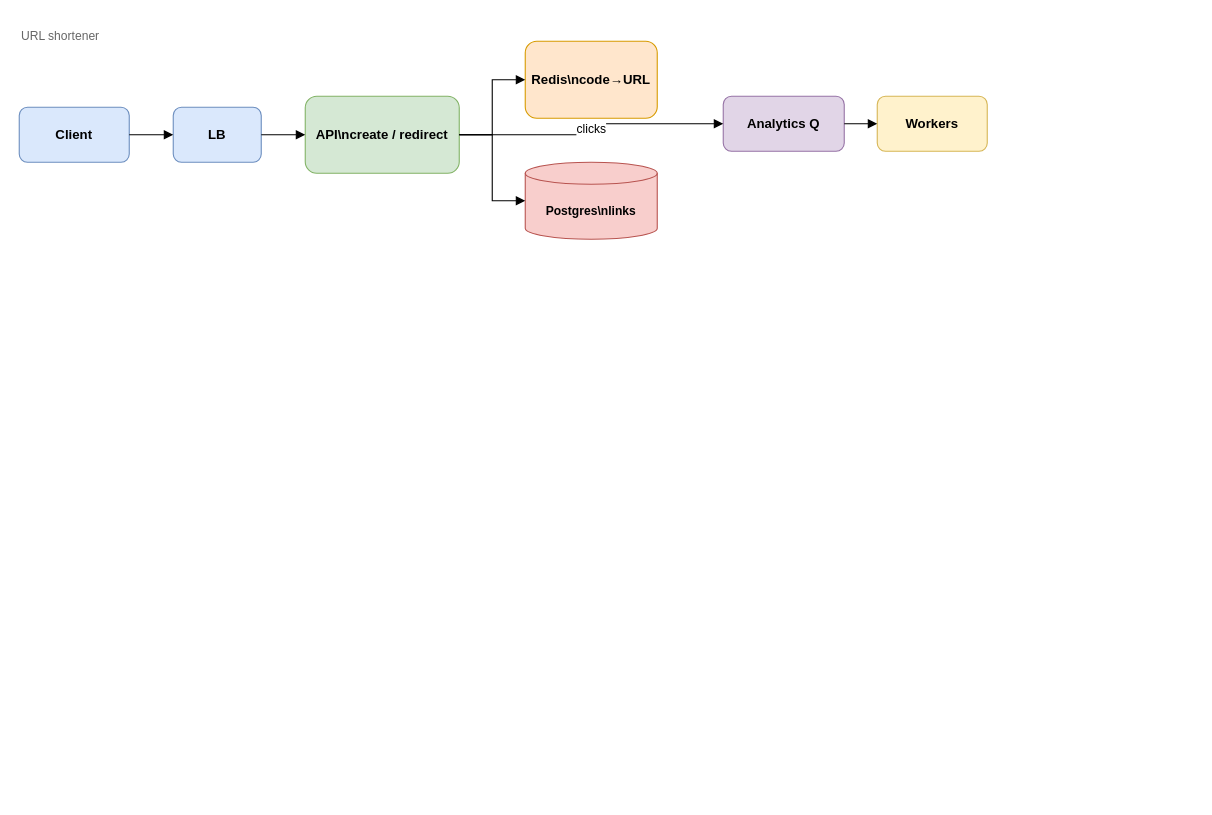
Earlier version of the draw.io diagram diagrams/url-shortener.drawio (yazeedsawalha/system-design). Source tidied: cells renumbered, new cells numbered last; positions are measured from the earlier drawing's top-left corner, leaving out a move shared by most shapes. Both pictures are drawn from the tidied source at 110%, with x=0, y=0 at pixel (19, 19).
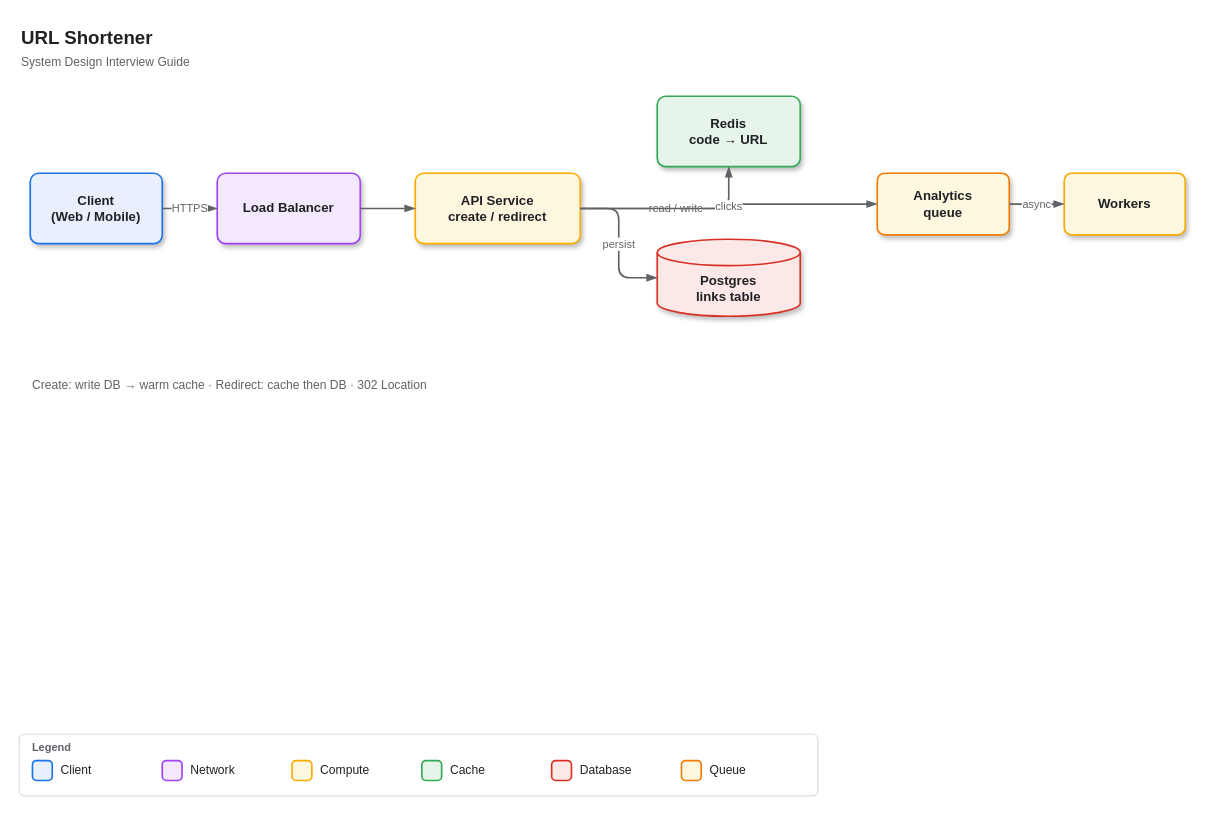
Above is the later version.

What changed in the source:
```diff
@@
-<mxGraphModel>
+<mxGraphModel background="#ffffff">
@@
-    <mxCell id="2" value="URL shortener" style="text;html=1;strokeColor=none;fillColor=none;align=left;verticalAlign=middle;whiteSpace=wrap;rounded=0;fontSize=11;fontColor=#666666;" parent="1" vertex="1">
-      <mxGeometry width="200" height="30" as="geometry" />
-    </mxCell>
+    <mxCell id="16" value="URL Shortener" style="text;html=1;strokeColor=none;fillColor=none;align=left;verticalAlign=middle;whiteSpace=wrap;rounded=0;fontSize=17;fontStyle=1;fontFamily=Helvetica;fontColor=#202124;" parent="1" vertex="1">
+      <mxGeometry y="4" width="700" height="28" as="geometry" />
+    </mxCell>
+    <mxCell id="17" value="System Design Interview Guide" style="text;html=1;strokeColor=none;fillColor=none;align=left;verticalAlign=middle;whiteSpace=wrap;rounded=0;fontSize=11;fontFamily=Helvetica;fontColor=#5F6368;" parent="1" vertex="1">
+      <mxGeometry y="30" width="280" height="18" as="geometry" />
+    </mxCell>
+    <mxCell id="18" value="Client&#10;(Web / Mobile)" style="rounded=1;whiteSpace=wrap;html=1;arcSize=12;fillColor=#E8F0FE;strokeColor=#1A73E8;strokeWidth=1.5;fontStyle=1;fontSize=12;fontFamily=Helvetica;fontColor=#202124;shadow=1;" parent="1" vertex="1">
+      <mxGeometry x="10" y="140" width="120" height="64" as="geometry" />
+    </mxCell>
+    <mxCell id="19" value="Load Balancer" style="rounded=1;whiteSpace=wrap;html=1;arcSize=12;fillColor=#F3E8FD;strokeColor=#A142F4;strokeWidth=1.5;fontStyle=1;fontSize=12;fontFamily=Helvetica;fontColor=#202124;shadow=1;" parent="1" vertex="1">
+      <mxGeometry x="180" y="140" width="130" height="64" as="geometry" />
+    </mxCell>
+    <mxCell id="20" value="API Service&#10;create / redirect" style="rounded=1;whiteSpace=wrap;html=1;arcSize=12;fillColor=#FEF7E0;strokeColor=#F9AB00;strokeWidth=1.5;fontStyle=1;fontSize=12;fontFamily=Helvetica;fontColor=#202124;shadow=1;" parent="1" vertex="1">
+      <mxGeometry x="360" y="140" width="150" height="64" as="geometry" />
+    </mxCell>
+    <mxCell id="21" value="Redis&#10;code → URL" style="rounded=1;whiteSpace=wrap;html=1;arcSize=12;fillColor=#E6F4EA;strokeColor=#34A853;strokeWidth=1.5;fontStyle=1;fontSize=12;fontFamily=Helvetica;fontColor=#202124;shadow=1;" parent="1" vertex="1">
+      <mxGeometry x="580" y="70" width="130" height="64" as="geometry" />
+    </mxCell>
+    <mxCell id="22" value="Postgres&#10;links table" style="shape=cylinder3;whiteSpace=wrap;html=1;boundedLbl=1;backgroundOutline=1;size=12;fillColor=#FCE8E6;strokeColor=#D93025;strokeWidth=1.5;fontStyle=1;fontSize=12;fontFamily=Helvetica;fontColor=#202124;shadow=1;" parent="1" vertex="1">
+      <mxGeometry x="580" y="200" width="130" height="70" as="geometry" />
+    </mxCell>
+    <mxCell id="23" value="Analytics&#10;queue" style="rounded=1;whiteSpace=wrap;html=1;arcSize=12;fillColor=#FFF8E1;strokeColor=#F57C00;strokeWidth=1.5;fontStyle=1;fontSize=12;fontFamily=Helvetica;fontColor=#202124;shadow=1;" parent="1" vertex="1">
+      <mxGeometry x="780" y="140" width="120" height="56" as="geometry" />
+    </mxCell>
+    <mxCell id="9" value="Workers" style="rounded=1;whiteSpace=wrap;html=1;arcSize=12;fillColor=#FEF7E0;strokeColor=#F9AB00;strokeWidth=1.5;fontStyle=1;fontSize=12;fontFamily=Helvetica;fontColor=#202124;shadow=1;" parent="1" vertex="1">
+      <mxGeometry x="950" y="140" width="110" height="56" as="geometry" />
+    </mxCell>
+    <mxCell id="24" value="HTTPS" style="edgeStyle=orthogonalEdgeStyle;rounded=1;jettySize=auto;html=1;endArrow=blockThin;endFill=1;strokeWidth=1.5;strokeColor=#5F6368;fontFamily=Helvetica;fontSize=10;fontColor=#5F6368;" parent="1" edge="1" source="18" target="19">
+      <mxGeometry relative="1" as="geometry" />
+    </mxCell>
+    <mxCell id="25" style="edgeStyle=orthogonalEdgeStyle;rounded=1;jettySize=auto;html=1;endArrow=blockThin;endFill=1;strokeWidth=1.5;strokeColor=#5F6368;fontFamily=Helvetica;fontSize=10;fontColor=#5F6368;" parent="1" edge="1" source="19" target="20">
+      <mxGeometry relative="1" as="geometry" />
+    </mxCell>
+    <mxCell id="26" value="read / write" style="edgeStyle=orthogonalEdgeStyle;rounded=1;jettySize=auto;html=1;endArrow=blockThin;endFill=1;strokeWidth=1.5;strokeColor=#5F6368;fontFamily=Helvetica;fontSize=10;fontColor=#5F6368;" parent="1" edge="1" source="20" target="21">
+      <mxGeometry relative="1" as="geometry" />
+    </mxCell>
+    <mxCell id="27" value="persist" style="edgeStyle=orthogonalEdgeStyle;rounded=1;jettySize=auto;html=1;endArrow=blockThin;endFill=1;strokeWidth=1.5;strokeColor=#5F6368;fontFamily=Helvetica;fontSize=10;fontColor=#5F6368;" parent="1" edge="1" source="20" target="22">
+      <mxGeometry relative="1" as="geometry" />
+    </mxCell>
+    <mxCell id="14" value="clicks" style="edgeStyle=orthogonalEdgeStyle;rounded=1;jettySize=auto;html=1;endArrow=blockThin;endFill=1;strokeWidth=1.5;strokeColor=#5F6368;fontFamily=Helvetica;fontSize=10;fontColor=#5F6368;" parent="1" edge="1" source="20" target="23">
+      <mxGeometry relative="1" as="geometry" />
+    </mxCell>
+    <mxCell id="28" value="async" style="edgeStyle=orthogonalEdgeStyle;rounded=1;jettySize=auto;html=1;endArrow=blockThin;endFill=1;strokeWidth=1.5;strokeColor=#5F6368;fontFamily=Helvetica;fontSize=10;fontColor=#5F6368;" parent="1" edge="1" source="23" target="9">
+      <mxGeometry relative="1" as="geometry" />
+    </mxCell>
+    <mxCell id="29" value="Create: write DB → warm cache · Redirect: cache then DB · 302 Location" style="text;html=1;strokeColor=none;fillColor=none;align=left;verticalAlign=top;whiteSpace=wrap;rounded=0;fontSize=11;fontFamily=Helvetica;fontColor=#5F6368;" parent="1" vertex="1">
+      <mxGeometry x="10" y="320" width="520" height="40" as="geometry" />
+    </mxCell>
+    <mxCell id="30" style="rounded=1;whiteSpace=wrap;html=1;arcSize=8;fillColor=#FFFFFF;strokeColor=#DADCE0;strokeWidth=1;shadow=0;" parent="1" vertex="1">
+      <mxGeometry y="650" width="726" height="56" as="geometry" />
+    </mxCell>
+    <mxCell id="31" value="Legend" style="text;html=1;strokeColor=none;fillColor=none;align=left;verticalAlign=middle;fontSize=10;fontStyle=1;fontFamily=Helvetica;fontColor=#5F6368;" parent="1" vertex="1">
+      <mxGeometry x="10" y="654" width="60" height="16" as="geometry" />
+    </mxCell>
+    <mxCell id="32" style="rounded=1;whiteSpace=wrap;html=1;arcSize=20;fillColor=#E8F0FE;strokeColor=#1A73E8;strokeWidth=1.5;" parent="1" vertex="1">
+      <mxGeometry x="12" y="674" width="18" height="18" as="geometry" />
+    </mxCell>
-    <mxCell id="3" value="Client" style="rounded=1;whiteSpace=wrap;html=1;fillColor=#dae8fc;strokeColor=#6c8ebf;fontStyle=1;fontSize=12;" parent="1" vertex="1">
-      <mxGeometry y="80" width="100" height="50" as="geometry" />
+    <mxCell id="3" value="Client" style="text;html=1;strokeColor=none;fillColor=none;align=left;verticalAlign=middle;fontSize=11;fontFamily=Helvetica;fontColor=#202124;" parent="1" vertex="1">
+      <mxGeometry x="36" y="672" width="90" height="22" as="geometry" />
     </mxCell>
-    <mxCell id="4" value="LB" style="rounded=1;whiteSpace=wrap;html=1;fillColor=#dae8fc;strokeColor=#6c8ebf;fontStyle=1;fontSize=12;" parent="1" vertex="1">
-      <mxGeometry x="140" y="80" width="80" height="50" as="geometry" />
-    </mxCell>
-    <mxCell id="5" value="API\ncreate / redirect" style="rounded=1;whiteSpace=wrap;html=1;fillColor=#d5e8d4;strokeColor=#82b366;fontStyle=1;fontSize=12;" parent="1" vertex="1">
-      <mxGeometry x="260" y="70" width="140" height="70" as="geometry" />
-    </mxCell>
-    <mxCell id="6" value="Redis\ncode→URL" style="rounded=1;whiteSpace=wrap;html=1;fillColor=#ffe6cc;strokeColor=#d79b00;fontStyle=1;fontSize=12;" parent="1" vertex="1">
-      <mxGeometry x="460" y="20" width="120" height="70" as="geometry" />
-    </mxCell>
-    <mxCell id="7" value="Postgres\nlinks" style="shape=cylinder3;whiteSpace=wrap;html=1;boundedLbl=1;backgroundOutline=1;size=10;fillColor=#f8cecc;strokeColor=#b85450;fontStyle=1;fontSize=11;" parent="1" vertex="1">
-      <mxGeometry x="460" y="130" width="120" height="70" as="geometry" />
-    </mxCell>
-    <mxCell id="8" value="Analytics Q" style="rounded=1;whiteSpace=wrap;html=1;fillColor=#e1d5e7;strokeColor=#9673a6;fontStyle=1;fontSize=12;" parent="1" vertex="1">
-      <mxGeometry x="640" y="70" width="110" height="50" as="geometry" />
-    </mxCell>
-    <mxCell id="9" value="Workers" style="rounded=1;whiteSpace=wrap;html=1;fillColor=#fff2cc;strokeColor=#d6b656;fontStyle=1;fontSize=12;" parent="1" vertex="1">
-      <mxGeometry x="780" y="70" width="100" height="50" as="geometry" />
-    </mxCell>
-    <mxCell id="10" style="edgeStyle=orthogonalEdgeStyle;rounded=0;jettySize=auto;html=1;endArrow=block;endFill=1;" parent="1" edge="1" source="3" target="4">
-      <mxGeometry relative="1" as="geometry" />
-    </mxCell>
-    <mxCell id="11" style="edgeStyle=orthogonalEdgeStyle;rounded=0;jettySize=auto;html=1;endArrow=block;endFill=1;" parent="1" edge="1" source="4" target="5">
-      <mxGeometry relative="1" as="geometry" />
-    </mxCell>
-    <mxCell id="12" style="edgeStyle=orthogonalEdgeStyle;rounded=0;jettySize=auto;html=1;endArrow=block;endFill=1;" parent="1" edge="1" source="5" target="6">
-      <mxGeometry relative="1" as="geometry" />
-    </mxCell>
-    <mxCell id="13" style="edgeStyle=orthogonalEdgeStyle;rounded=0;jettySize=auto;html=1;endArrow=block;endFill=1;" parent="1" edge="1" source="5" target="7">
-      <mxGeometry relative="1" as="geometry" />
-    </mxCell>
-    <mxCell id="14" value="clicks" style="edgeStyle=orthogonalEdgeStyle;rounded=0;jettySize=auto;html=1;endArrow=block;endFill=1;" parent="1" edge="1" source="5" target="8">
-      <mxGeometry relative="1" as="geometry" />
-    </mxCell>
-    <mxCell id="15" style="edgeStyle=orthogonalEdgeStyle;rounded=0;jettySize=auto;html=1;endArrow=block;endFill=1;" parent="1" edge="1" source="8" target="9">
-      <mxGeometry relative="1" as="geometry" />
-    </mxCell>
+    <mxCell id="33" style="rounded=1;whiteSpace=wrap;html=1;arcSize=20;fillColor=#F3E8FD;strokeColor=#A142F4;strokeWidth=1.5;" parent="1" vertex="1">
+      <mxGeometry x="130" y="674" width="18" height="18" as="geometry" />
+    </mxCell>
+    <mxCell id="34" value="Network" style="text;html=1;strokeColor=none;fillColor=none;align=left;verticalAlign=middle;fontSize=11;fontFamily=Helvetica;fontColor=#202124;" parent="1" vertex="1">
+      <mxGeometry x="154" y="672" width="90" height="22" as="geometry" />
+    </mxCell>
+    <mxCell id="35" style="rounded=1;whiteSpace=wrap;html=1;arcSize=20;fillColor=#FEF7E0;strokeColor=#F9AB00;strokeWidth=1.5;" parent="1" vertex="1">
+      <mxGeometry x="248" y="674" width="18" height="18" as="geometry" />
+    </mxCell>
+    <mxCell id="36" value="Compute" style="text;html=1;strokeColor=none;fillColor=none;align=left;verticalAlign=middle;fontSize=11;fontFamily=Helvetica;fontColor=#202124;" parent="1" vertex="1">
+      <mxGeometry x="272" y="672" width="90" height="22" as="geometry" />
+    </mxCell>
+    <mxCell id="37" style="rounded=1;whiteSpace=wrap;html=1;arcSize=20;fillColor=#E6F4EA;strokeColor=#34A853;strokeWidth=1.5;" parent="1" vertex="1">
+      <mxGeometry x="366" y="674" width="18" height="18" as="geometry" />
+    </mxCell>
+    <mxCell id="38" value="Cache" style="text;html=1;strokeColor=none;fillColor=none;align=left;verticalAlign=middle;fontSize=11;fontFamily=Helvetica;fontColor=#202124;" parent="1" vertex="1">
+      <mxGeometry x="390" y="672" width="90" height="22" as="geometry" />
+    </mxCell>
+    <mxCell id="39" style="rounded=1;whiteSpace=wrap;html=1;arcSize=20;fillColor=#FCE8E6;strokeColor=#D93025;strokeWidth=1.5;" parent="1" vertex="1">
+      <mxGeometry x="484" y="674" width="18" height="18" as="geometry" />
+    </mxCell>
+    <mxCell id="40" value="Database" style="text;html=1;strokeColor=none;fillColor=none;align=left;verticalAlign=middle;fontSize=11;fontFamily=Helvetica;fontColor=#202124;" parent="1" vertex="1">
+      <mxGeometry x="508" y="672" width="90" height="22" as="geometry" />
+    </mxCell>
+    <mxCell id="41" style="rounded=1;whiteSpace=wrap;html=1;arcSize=20;fillColor=#FFF8E1;strokeColor=#F57C00;strokeWidth=1.5;" parent="1" vertex="1">
+      <mxGeometry x="602" y="674" width="18" height="18" as="geometry" />
+    </mxCell>
+    <mxCell id="42" value="Queue" style="text;html=1;strokeColor=none;fillColor=none;align=left;verticalAlign=middle;fontSize=11;fontFamily=Helvetica;fontColor=#202124;" parent="1" vertex="1">
+      <mxGeometry x="626" y="672" width="90" height="22" as="geometry" />
+    </mxCell>
```
